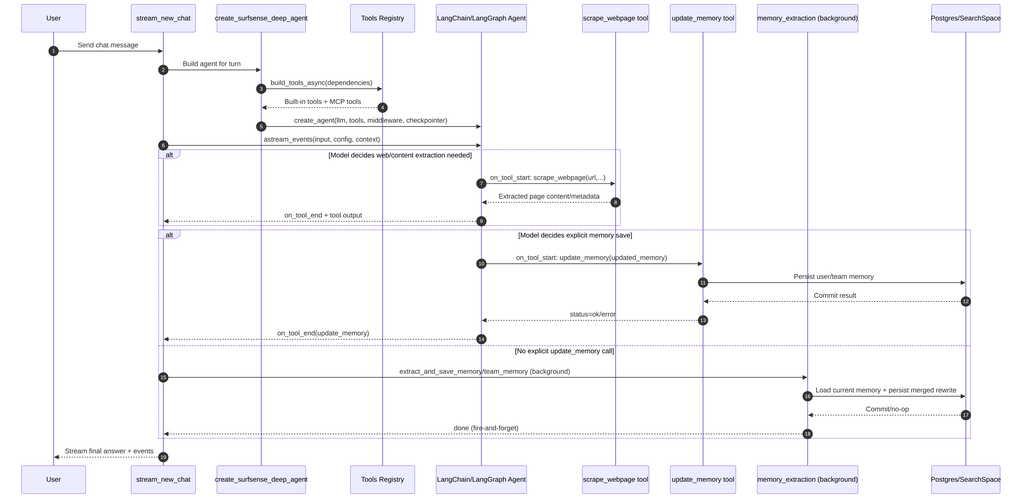
Earlier version of the Mermaid export diagrams/extraction_orchestration.png (cyberyu/DocumentAI). Its source is kept beside it as diagrams/extraction_orchestration.mmd.
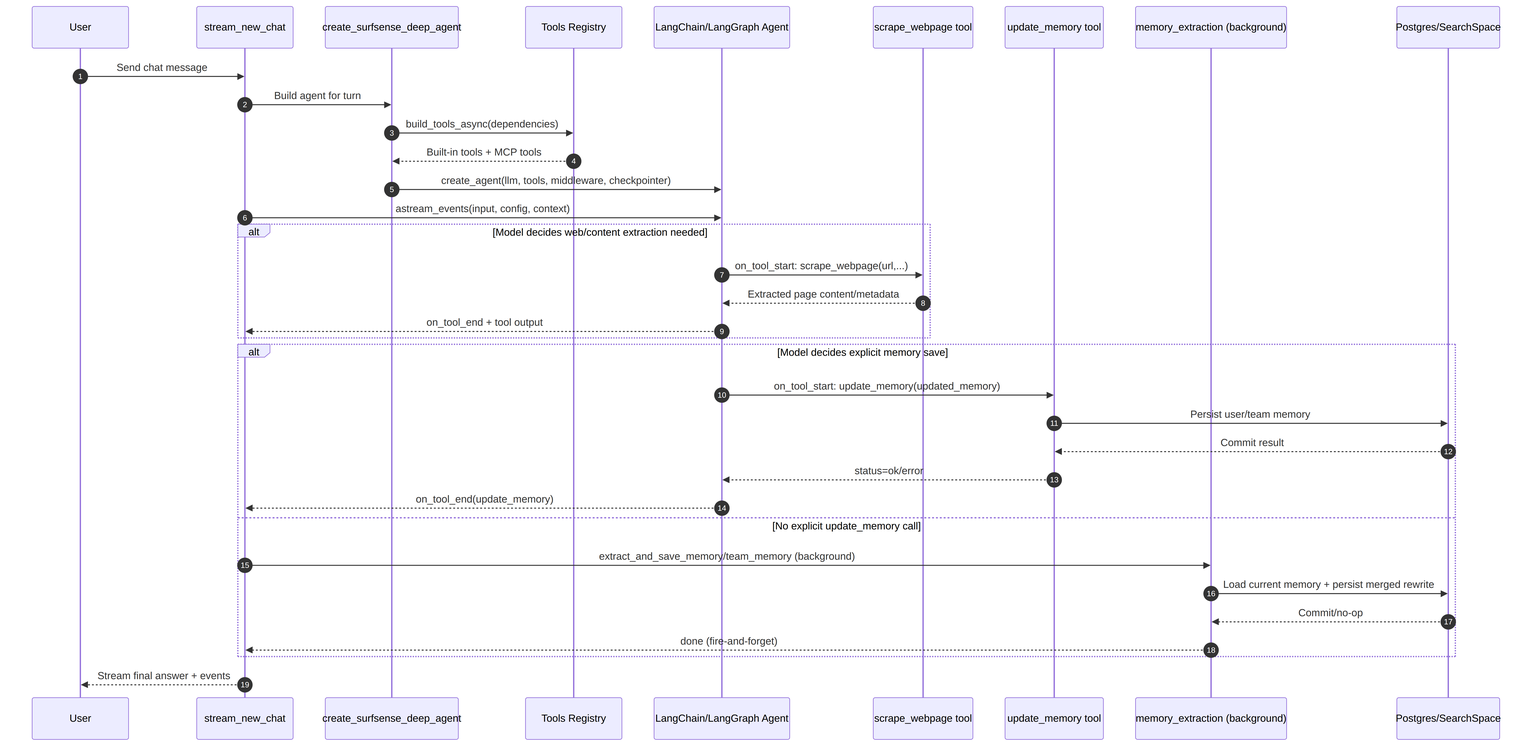
Above is the later version.

Commit message:
agent diagram

What changed in the source:
```diff
@@ -1,4 +1,4 @@
-%%{init: {"themeVariables": {"fontSize": "22px", "sequenceActorFontSize": "22px", "sequenceMessageFontSize": "20px", "sequenceNumberFontSize": "18px"}}}%%
+%%{init: {"themeVariables": {"fontSize": "30px", "sequenceActorFontSize": "32px", "sequenceMessageFontSize": "28px", "sequenceNumberFontSize": "24px"}}}%%
 sequenceDiagram
     autonumber
     participant U as User
```
